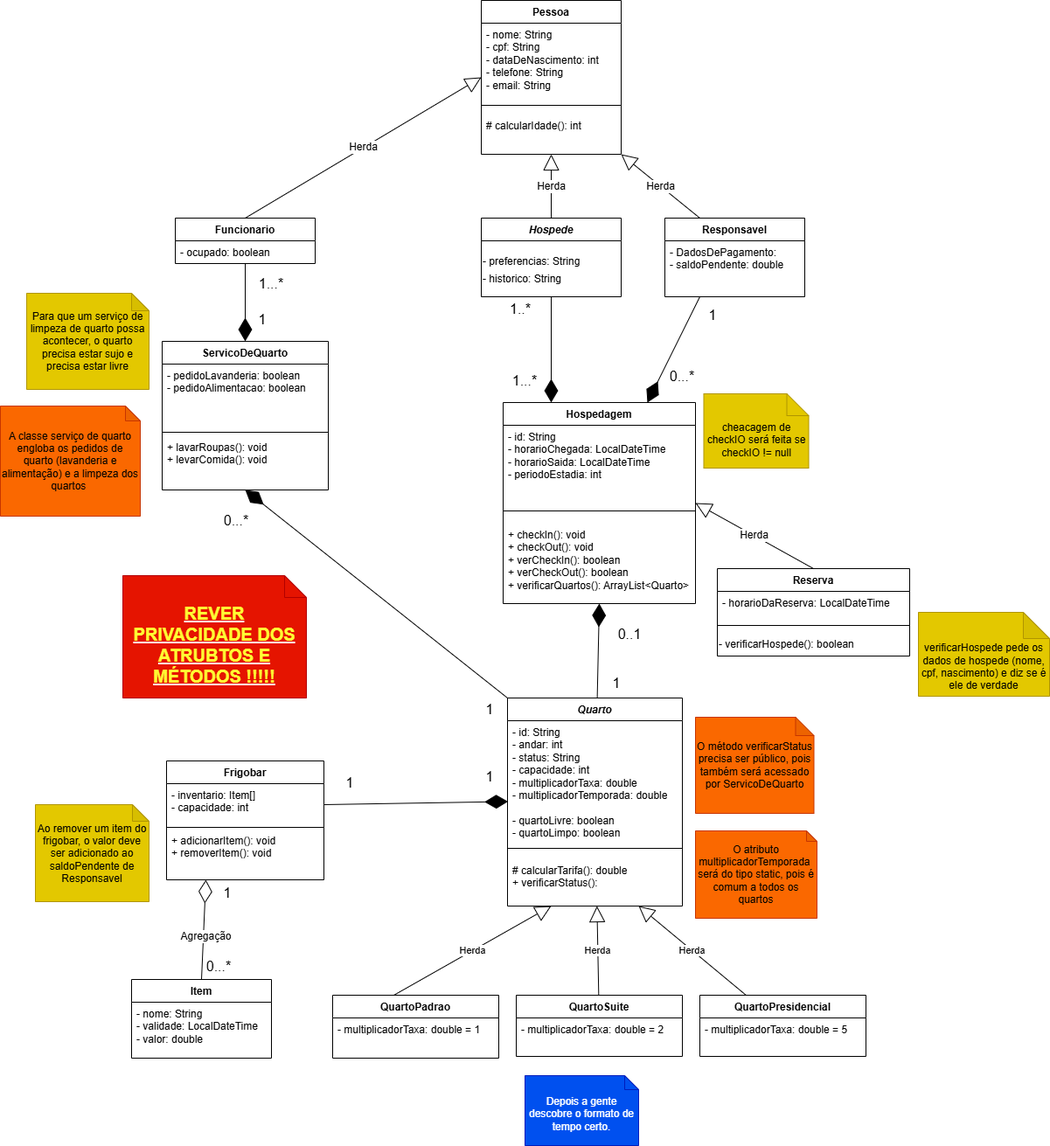
tucq27/Entrega1-IP2-SmartHotel keeps this draw.io diagram as HotelDeHilbert.png. Above is the earlier version. Source tidied: cells renumbered, new cells last; positions are measured from the earlier drawing's top-left corner, leaving out a move shared by most shapes.
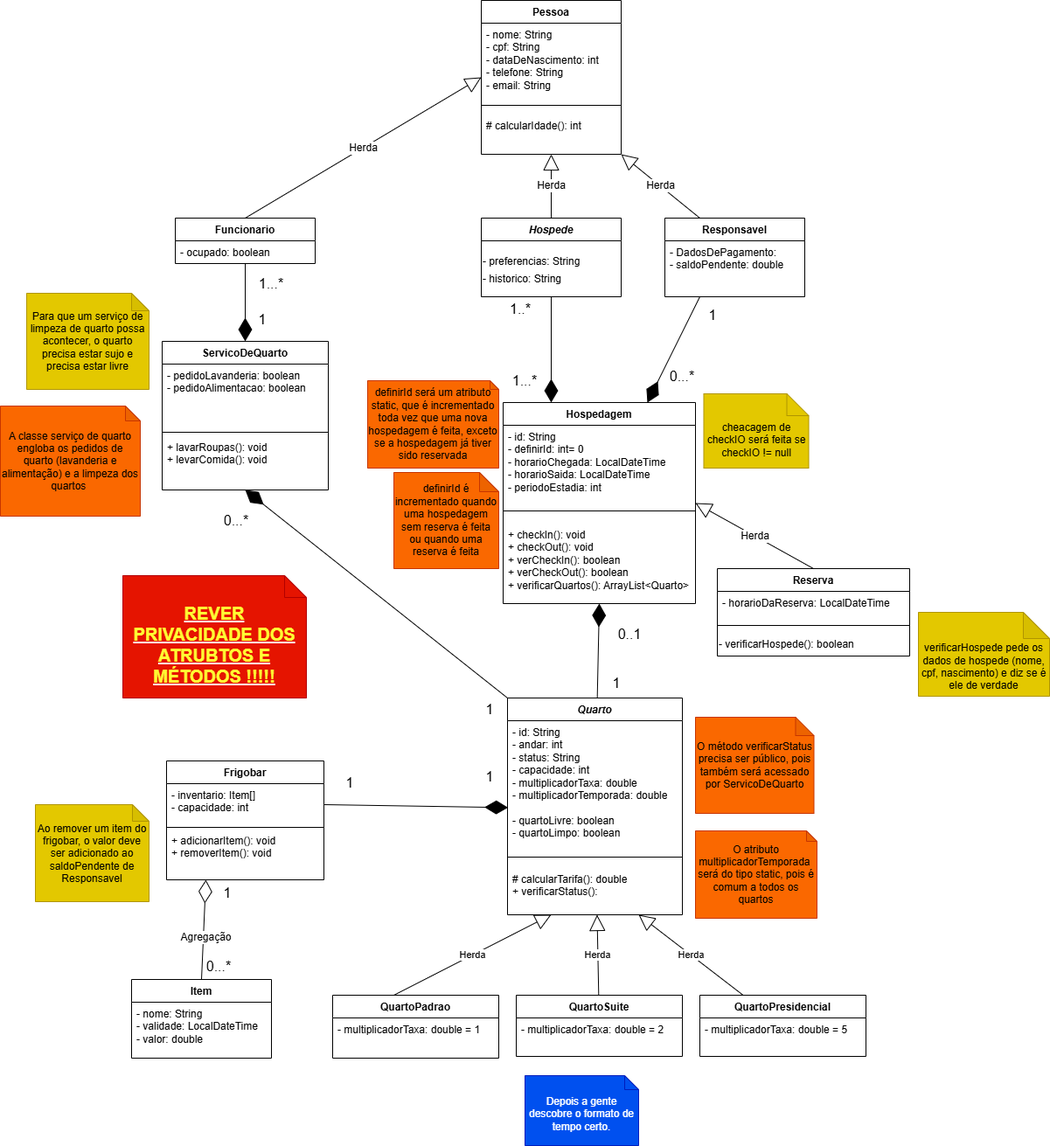
The same file after the commit.

Commit message:
adicionei um atributo static em Hospedagem

What changed in the source:
```diff
@@ -3,16 +3,16 @@
     <mxCell id="0" />
     <mxCell id="1" parent="0" />
     <mxCell id="2" value="&lt;i&gt;Quarto&lt;/i&gt;" style="swimlane;fontStyle=1;align=center;verticalAlign=top;horizontal=1;startSize=26;whiteSpace=wrap;html=1;" parent="1" vertex="1">
-      <mxGeometry x="580" y="798" width="200" height="238" as="geometry" />
+      <mxGeometry x="580" y="798" width="200" height="248" as="geometry" />
     </mxCell>
-    <mxCell id="3" value="&lt;div&gt;- id: String&lt;/div&gt;- andar: int&lt;div&gt;- status: String&lt;/div&gt;&lt;div&gt;- capacidade: int&lt;/div&gt;&lt;div&gt;- multiplicadorTaxa: double&lt;/div&gt;&lt;div&gt;- multiplicadorTemporada: double&lt;/div&gt;&lt;div&gt;&lt;br&gt;&lt;/div&gt;&lt;div&gt;- quartoLivre: boolean&lt;/div&gt;&lt;div&gt;- quartoLimpo: boolean&lt;/div&gt;&lt;div&gt;&lt;br&gt;&lt;/div&gt;" style="text;strokeColor=none;fillColor=none;align=left;verticalAlign=top;spacingLeft=4;spacingRight=4;overflow=hidden;points=[[0,0.5],[1,0.5]];portConstraint=eastwest;whiteSpace=wrap;html=1;" parent="2" vertex="1">
-      <mxGeometry y="26" width="200" height="134" as="geometry" />
+    <mxCell id="3" value="&lt;div&gt;- id: String&lt;/div&gt;&lt;div&gt;&lt;span style=&quot;background-color: transparent; color: light-dark(rgb(0, 0, 0), rgb(255, 255, 255));&quot;&gt;- andar: int&lt;/span&gt;&lt;/div&gt;&lt;div&gt;- status: String&lt;/div&gt;&lt;div&gt;- capacidade: int&lt;/div&gt;&lt;div&gt;- multiplicadorTaxa: double&lt;/div&gt;&lt;div&gt;- multiplicadorTemporada: double&lt;/div&gt;&lt;div&gt;&lt;br&gt;&lt;/div&gt;&lt;div&gt;- quartoLivre: boolean&lt;/div&gt;&lt;div&gt;- quartoLimpo: boolean&lt;/div&gt;&lt;div&gt;&lt;br&gt;&lt;/div&gt;" style="text;strokeColor=none;fillColor=none;align=left;verticalAlign=top;spacingLeft=4;spacingRight=4;overflow=hidden;points=[[0,0.5],[1,0.5]];portConstraint=eastwest;whiteSpace=wrap;html=1;" parent="2" vertex="1">
+      <mxGeometry y="26" width="200" height="144" as="geometry" />
     </mxCell>
     <mxCell id="4" style="line;strokeWidth=1;fillColor=none;align=left;verticalAlign=middle;spacingTop=-1;spacingLeft=3;spacingRight=3;labelPosition=right;strokeColor=inherit;" parent="2" vertex="1">
-      <mxGeometry y="160" width="200" height="24" as="geometry" />
+      <mxGeometry y="170" width="200" height="24" as="geometry" />
     </mxCell>
     <mxCell id="5" value="# calcularTarifa(): double&lt;div&gt;+ verificarStatus():&amp;nbsp;&lt;/div&gt;" style="text;strokeColor=none;fillColor=none;align=left;verticalAlign=top;spacingLeft=4;spacingRight=4;overflow=hidden;whiteSpace=wrap;html=1;" parent="2" vertex="1">
-      <mxGeometry y="184" width="200" height="54" as="geometry" />
+      <mxGeometry y="194" width="200" height="54" as="geometry" />
     </mxCell>
     <mxCell id="6" value="QuartoPadrao" style="swimlane;fontStyle=1;align=center;verticalAlign=top;horizontal=1;startSize=26;whiteSpace=wrap;html=1;" parent="1" vertex="1">
       <mxGeometry x="380" y="1138" width="190" height="72" as="geometry" />
@@ -112,7 +112,7 @@
     <mxCell id="37" value="Hospedagem" style="swimlane;fontStyle=1;align=center;verticalAlign=top;horizontal=1;startSize=26;whiteSpace=wrap;html=1;" parent="1" vertex="1">
       <mxGeometry x="575" y="460" width="220" height="230" as="geometry" />
     </mxCell>
-    <mxCell id="38" value="&lt;div&gt;&lt;div&gt;- id: String&lt;/div&gt;&lt;div&gt;- horarioChegada: LocalDateTime&lt;/div&gt;&lt;div&gt;-&amp;nbsp;&lt;span style=&quot;background-color: transparent; color: light-dark(rgb(0, 0, 0), rgb(255, 255, 255));&quot;&gt;horarioSaida: LocalDateTime&lt;/span&gt;&lt;/div&gt;&lt;/div&gt;&lt;div&gt;- periodoEstadia: int&lt;/div&gt;&lt;div&gt;&lt;br&gt;&lt;/div&gt;" style="text;strokeColor=none;fillColor=none;align=left;verticalAlign=top;spacingLeft=4;spacingRight=4;overflow=hidden;whiteSpace=wrap;html=1;" parent="37" vertex="1">
+    <mxCell id="38" value="&lt;div&gt;&lt;div&gt;- id: String&lt;/div&gt;&lt;div&gt;&lt;div&gt;- definirId: int= 0&lt;/div&gt;&lt;/div&gt;&lt;div&gt;- horarioChegada: LocalDateTime&lt;/div&gt;&lt;div&gt;-&amp;nbsp;&lt;span style=&quot;background-color: transparent; color: light-dark(rgb(0, 0, 0), rgb(255, 255, 255));&quot;&gt;horarioSaida: LocalDateTime&lt;/span&gt;&lt;/div&gt;&lt;/div&gt;&lt;div&gt;- periodoEstadia: int&lt;/div&gt;&lt;div&gt;&lt;br&gt;&lt;/div&gt;" style="text;strokeColor=none;fillColor=none;align=left;verticalAlign=top;spacingLeft=4;spacingRight=4;overflow=hidden;whiteSpace=wrap;html=1;" parent="37" vertex="1">
       <mxGeometry y="26" width="220" height="84" as="geometry" />
     </mxCell>
     <mxCell id="39" style="line;strokeWidth=1;fillColor=none;align=left;verticalAlign=middle;spacingTop=-1;spacingLeft=3;spacingRight=3;labelPosition=right;strokeColor=inherit;" parent="37" vertex="1">
@@ -235,5 +235,11 @@
     <mxCell id="78" value="Para que um serviço de limpeza de quarto possa acontecer, o quarto precisa estar sujo e precisa estar livre" style="shape=note;whiteSpace=wrap;html=1;backgroundOutline=1;darkOpacity=0.05;size=20;fillColor=#e3c800;fontColor=#000000;strokeColor=#B09500;" parent="1" vertex="1">
       <mxGeometry x="30" y="335" width="140" height="110" as="geometry" />
     </mxCell>
+    <mxCell id="79" value="definirId será um atributo static, que é incrementado toda vez que uma nova hospedagem é feita, exceto se a hospedagem já tiver sido reservada" style="shape=note;whiteSpace=wrap;html=1;backgroundOutline=1;darkOpacity=0.05;size=10;fillColor=#fa6800;fontColor=#000000;strokeColor=#C73500;" parent="1" vertex="1">
+      <mxGeometry x="420" y="435" width="150" height="100" as="geometry" />
+    </mxCell>
+    <mxCell id="80" value="definirId é incrementado quando uma hospedagem sem reserva é feita ou quando uma reserva é feita" style="shape=note;whiteSpace=wrap;html=1;backgroundOutline=1;darkOpacity=0.05;size=22;fillColor=#fa6800;fontColor=#000000;strokeColor=#C73500;" parent="1" vertex="1">
+      <mxGeometry x="450" y="540" width="120" height="110" as="geometry" />
+    </mxCell>
   </root>
 </mxGraphModel>
```
